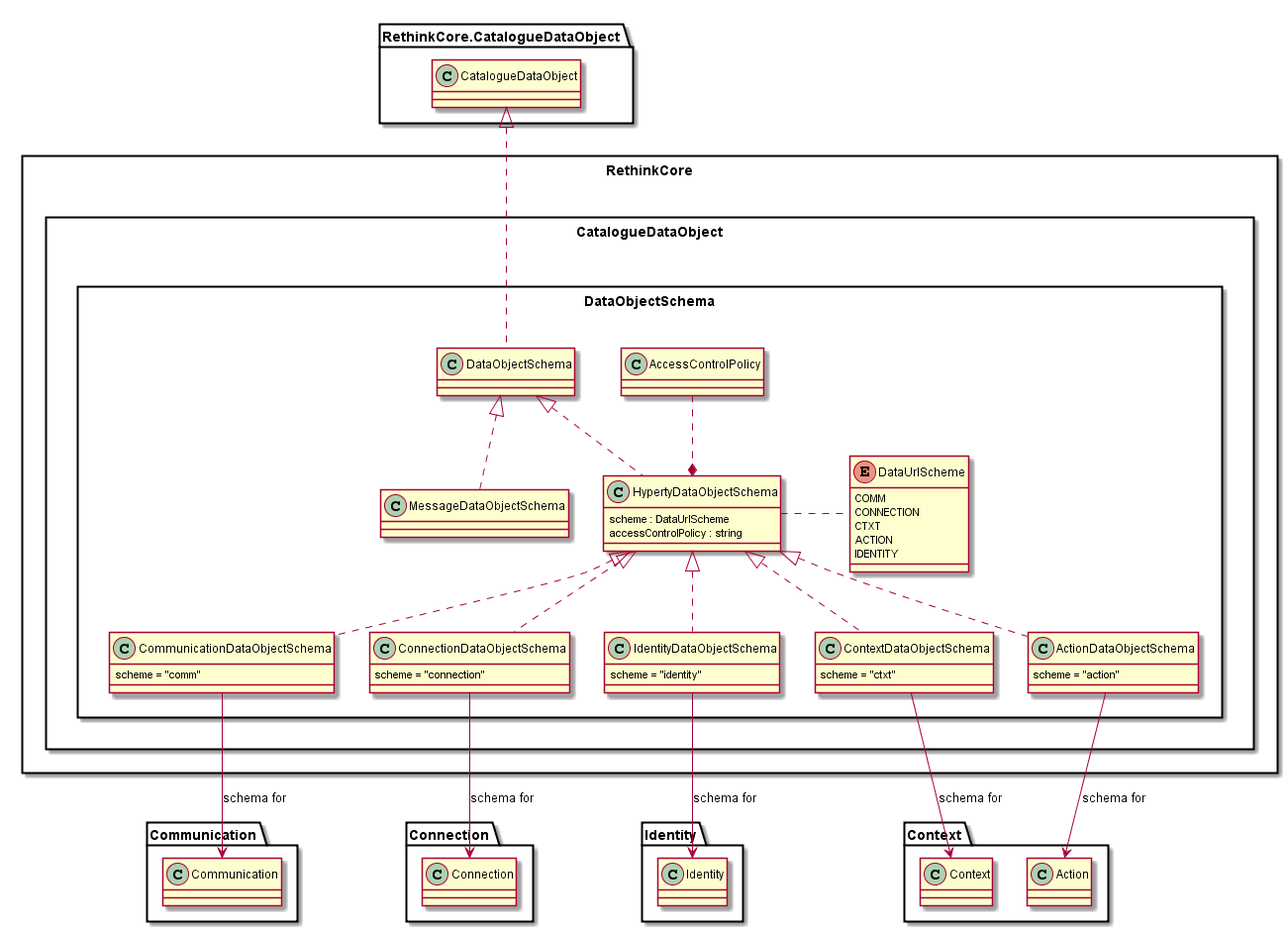
Earlier version of the PlantUML export docs/datamodel/core/hyperty-catalogue/Data-Object-Schema.png (reTHINK-project/dev-service-framework).
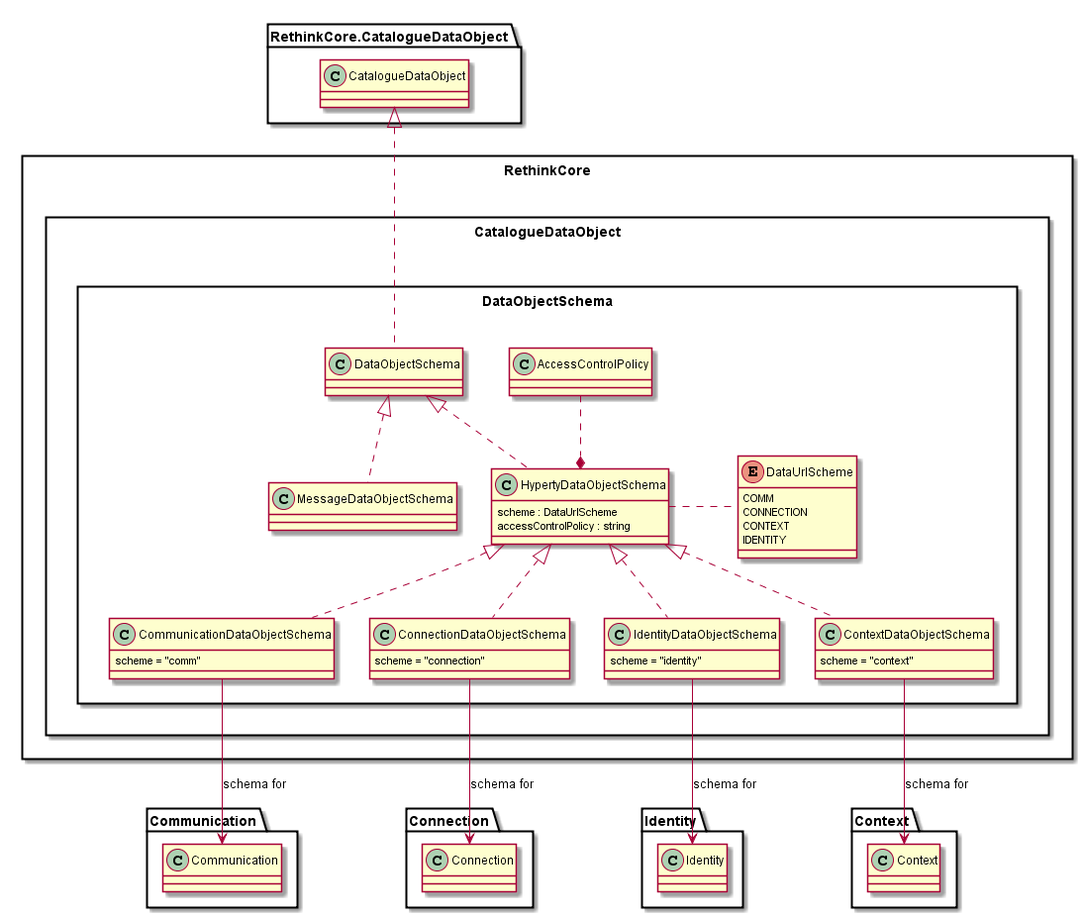
The same file after the commit.

Commit message:
registration messages specs updated to use the correct message data model

What changed in the source:
```diff
@@ -15,8 +15,7 @@
 			enum DataUrlScheme {
 				COMM
 				CONNECTION
-				CTXT
-				ACTION
+				CONTEXT
 				IDENTITY
 			}
 
@@ -44,12 +43,9 @@
 			}
 
 			class ContextDataObjectSchema {
-			scheme = "ctxt"
+			scheme = "context"
 			}
 
-			class ActionDataObjectSchema {
-			scheme = "action"
-			}
 
 			DataObjectSchema .up.|> RethinkCore.CatalogueDataObject.CatalogueDataObject
 
@@ -63,7 +59,6 @@
 			ConnectionDataObjectSchema .up.|> HypertyDataObjectSchema
 			IdentityDataObjectSchema .up.|> HypertyDataObjectSchema
 			ContextDataObjectSchema .up.|> HypertyDataObjectSchema
-			ActionDataObjectSchema .up.|> HypertyDataObjectSchema
 
 			CommunicationDataObjectSchema -down-> Communication.Communication : schema for
 
@@ -72,7 +67,6 @@
 			IdentityDataObjectSchema -down-> Identity.Identity : schema for
 
 			ContextDataObjectSchema -down-> Context.Context : schema for
-			ActionDataObjectSchema -down-> Context.Action : schema for
 		}
 	}
 }
```
